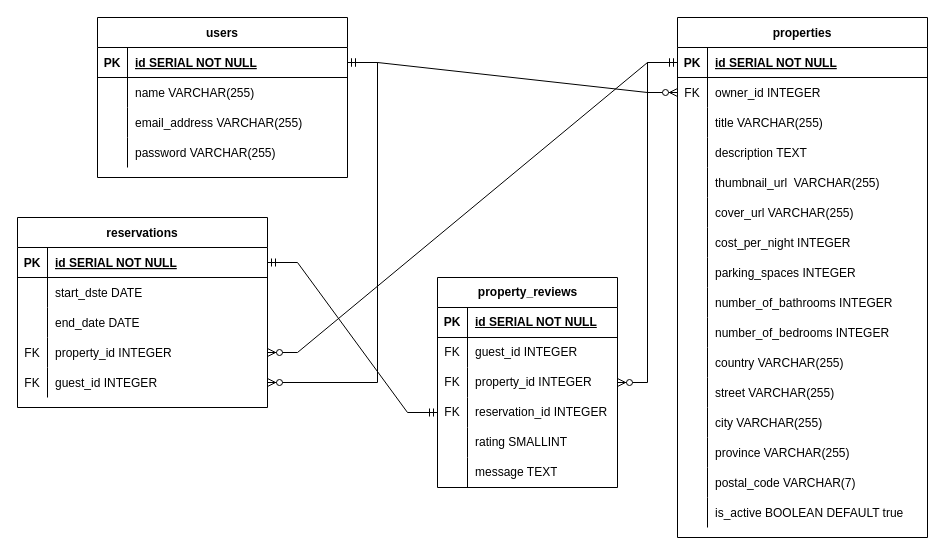
This is ERD/lightbnb.drawio from Jdob11/lightbnb, a draw.io file, before an edit. Source tidied: cells renumbered, new cells numbered last; positions are measured from the earlier drawing's top-left corner, leaving out a move shared by most shapes. Both pictures are drawn from the tidied source at 100%, with x=0, y=0 at pixel (17, 17).
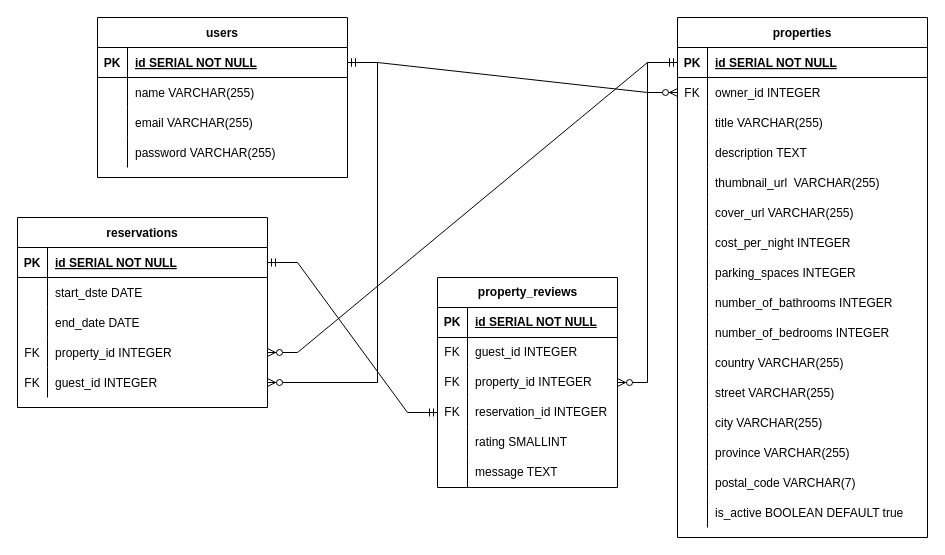
The same diagram, later.

Unchanged cells that the change refers to:
```xml
<mxCell id="74" style="shape=partialRectangle;fillColor=none;top=0;left=0;right=0;bottom=0;" parent="67" vertex="1">
  <mxGeometry y="90" width="250" height="30" as="geometry" />
</mxCell>
```

The edit, as a diff of the source:
```diff
@@
-    <mxCell id="76" value="email_address VARCHAR(255)" style="shape=partialRectangle;overflow=hidden;fillColor=none;top=0;left=0;bottom=0;right=0;align=left;spacingLeft=6;" parent="74" vertex="1">
+    <mxCell id="76" value="email VARCHAR(255)" style="shape=partialRectangle;overflow=hidden;fillColor=none;top=0;left=0;bottom=0;right=0;align=left;spacingLeft=6;" parent="74" vertex="1">
       <mxGeometry x="30" width="220" height="30" as="geometry" />
     </mxCell>
```
